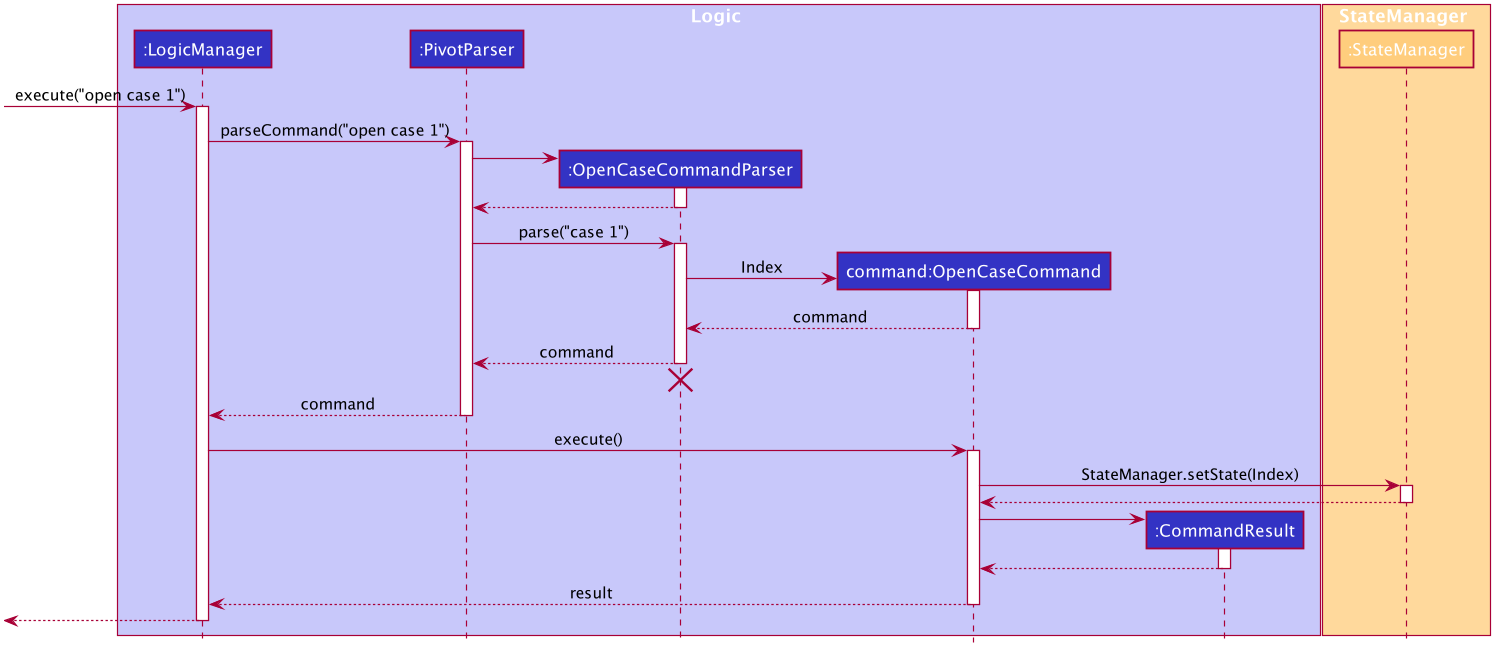
Above: docs/images/OpenCaseSequenceDiagram.png in nus-cs2103-AY2021S1/tp (PlantUML), before the change. Source of this version:
```plantuml
@startuml









skinparam BackgroundColor #FFFFFFF

skinparam Shadowing false

skinparam Class {
    FontColor #FFFFFF
    BorderThickness 1
    BorderColor #FFFFFF
    StereotypeFontColor #FFFFFF
    FontName Arial
}

skinparam Actor {
    BorderColor #000000
    Color #000000
    FontName Arial
}

skinparam Sequence {
    MessageAlign center
    BoxFontSize 15
    BoxPadding 0
    BoxFontColor #FFFFFF
    FontName Arial
}

skinparam Participant {
    FontColor #FFFFFFF
    Padding 20
}

skinparam MinClassWidth 50
skinparam ParticipantPadding 10
skinparam Shadowing false
skinparam DefaultTextAlignment center
skinparam packageStyle Rectangle

hide footbox
hide members
hide circle

box Logic #C8C8FA
participant ":LogicManager" as LogicManager #3333C4
participant ":PivotParser" as PivotParser #3333C4
participant ":OpenCaseCommandParser" as OpenCaseCommandParser #3333C4
participant "command:OpenCaseCommand" as OpenCaseCommand #3333C4
participant ":CommandResult" as CommandResult #3333C4
end box

box StateManager #FFD99C
participant ":StateManager" as StateManager #FFCD7D
end box

[-> LogicManager : execute("open case 1")
activate LogicManager

LogicManager -> PivotParser : parseCommand("open case 1")
activate PivotParser

create OpenCaseCommandParser
PivotParser -> OpenCaseCommandParser
activate OpenCaseCommandParser

OpenCaseCommandParser --> PivotParser
deactivate OpenCaseCommandParser

PivotParser -> OpenCaseCommandParser : parse("case 1")
activate OpenCaseCommandParser

create OpenCaseCommand
OpenCaseCommandParser -> OpenCaseCommand : Index
activate OpenCaseCommand

OpenCaseCommand --> OpenCaseCommandParser : command
deactivate OpenCaseCommand

OpenCaseCommandParser --> PivotParser : command
deactivate OpenCaseCommandParser
OpenCaseCommandParser -[hidden]-> PivotParser
destroy OpenCaseCommandParser

PivotParser --> LogicManager : command
deactivate PivotParser

LogicManager -> OpenCaseCommand : execute()
activate OpenCaseCommand

OpenCaseCommand -> StateManager : StateManager.setState(Index)
activate StateManager

StateManager --> OpenCaseCommand
deactivate StateManager

create CommandResult
OpenCaseCommand -> CommandResult
activate CommandResult

CommandResult --> OpenCaseCommand
deactivate CommandResult

OpenCaseCommand --> LogicManager : result
deactivate OpenCaseCommand

[<--LogicManager
deactivate LogicManager
@enduml
```
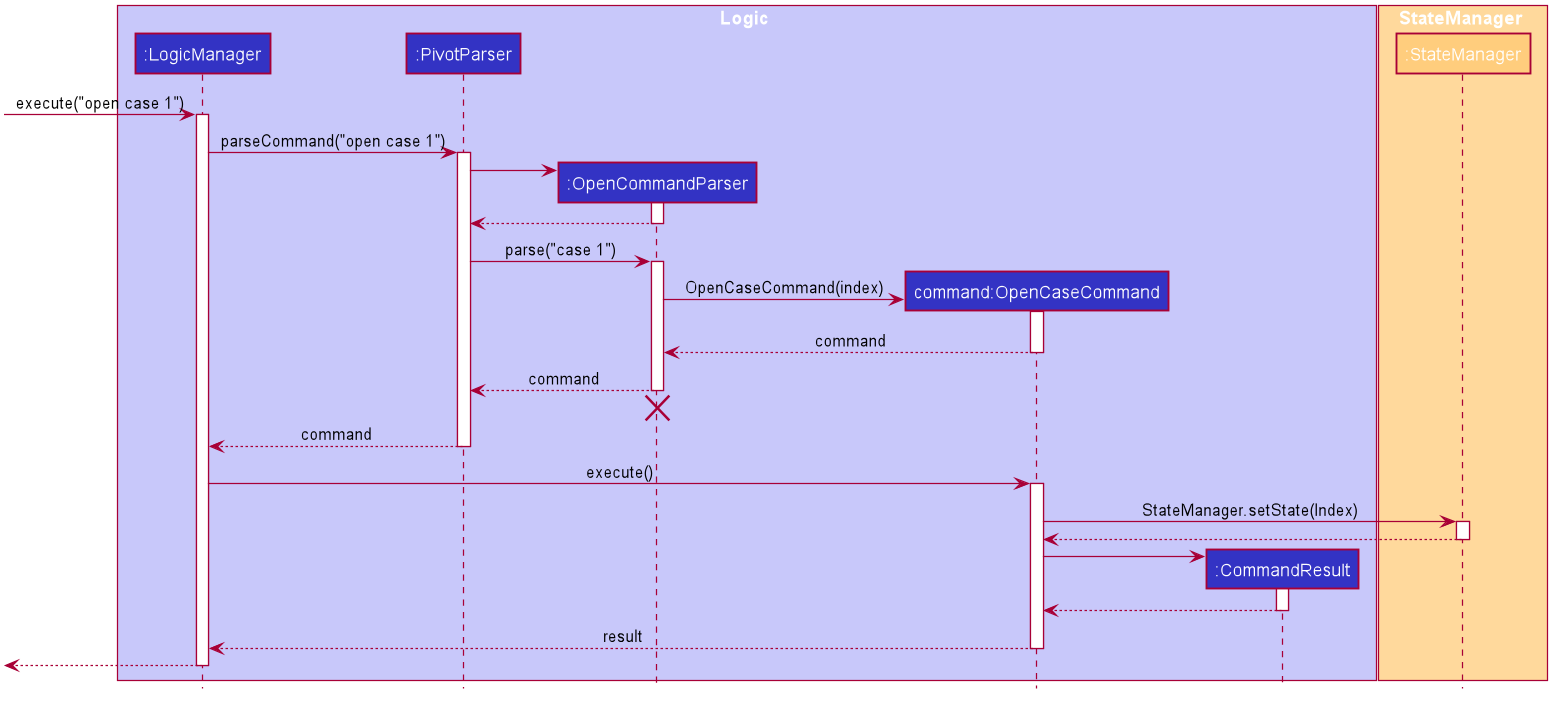
Above is the later version.

Commit message:
Update User stories and use cases

update OpenCaseCommandParser to OpenCaseCommand

Change to the diagram source:
```diff
@@ -46,13 +46,13 @@
 skinparam packageStyle Rectangle
 
 hide footbox
-hide members
+hide empty members
 hide circle
 
 box Logic #C8C8FA
 participant ":LogicManager" as LogicManager #3333C4
 participant ":PivotParser" as PivotParser #3333C4
-participant ":OpenCaseCommandParser" as OpenCaseCommandParser #3333C4
+participant ":OpenCommandParser" as OpenCommandParser #3333C4
 participant "command:OpenCaseCommand" as OpenCaseCommand #3333C4
 participant ":CommandResult" as CommandResult #3333C4
 end box
@@ -67,27 +67,27 @@
 LogicManager -> PivotParser : parseCommand("open case 1")
 activate PivotParser
 
-create OpenCaseCommandParser
-PivotParser -> OpenCaseCommandParser
-activate OpenCaseCommandParser
+create OpenCommandParser
+PivotParser -> OpenCommandParser
+activate OpenCommandParser
 
-OpenCaseCommandParser --> PivotParser
-deactivate OpenCaseCommandParser
+OpenCommandParser --> PivotParser
+deactivate OpenCommandParser
 
-PivotParser -> OpenCaseCommandParser : parse("case 1")
-activate OpenCaseCommandParser
+PivotParser -> OpenCommandParser : parse("case 1")
+activate OpenCommandParser
 
 create OpenCaseCommand
-OpenCaseCommandParser -> OpenCaseCommand : Index
+OpenCommandParser -> OpenCaseCommand : OpenCaseCommand(index)
 activate OpenCaseCommand
 
-OpenCaseCommand --> OpenCaseCommandParser : command
+OpenCaseCommand --> OpenCommandParser : command
 deactivate OpenCaseCommand
 
-OpenCaseCommandParser --> PivotParser : command
-deactivate OpenCaseCommandParser
-OpenCaseCommandParser -[hidden]-> PivotParser
-destroy OpenCaseCommandParser
+OpenCommandParser --> PivotParser : command
+deactivate OpenCommandParser
+OpenCommandParser -[hidden]-> PivotParser
+destroy OpenCommandParser
 
 PivotParser --> LogicManager : command
 deactivate PivotParser
```
